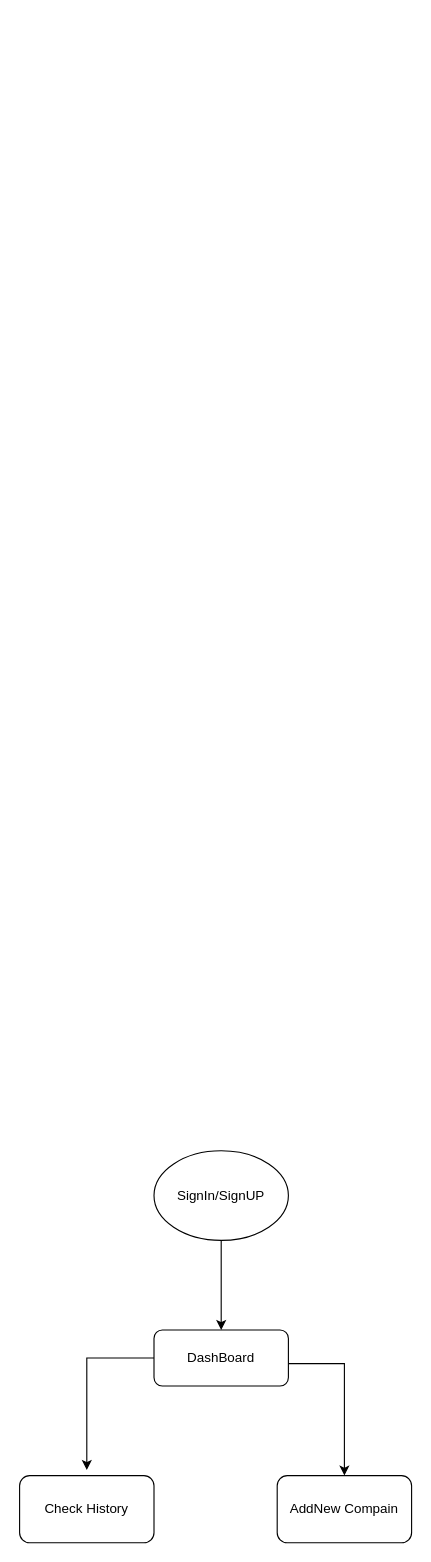
The draw.io diagram EmailValidator.drawio in Prabhakar1437/Backend_Bootcamp, before the edit. Source tidied: cells renumbered, new cells numbered last; positions are measured from the earlier drawing's top-left corner, leaving out a move shared by most shapes. Both pictures are drawn from the tidied source at 112%, with x=0, y=0 at pixel (19, 1150).
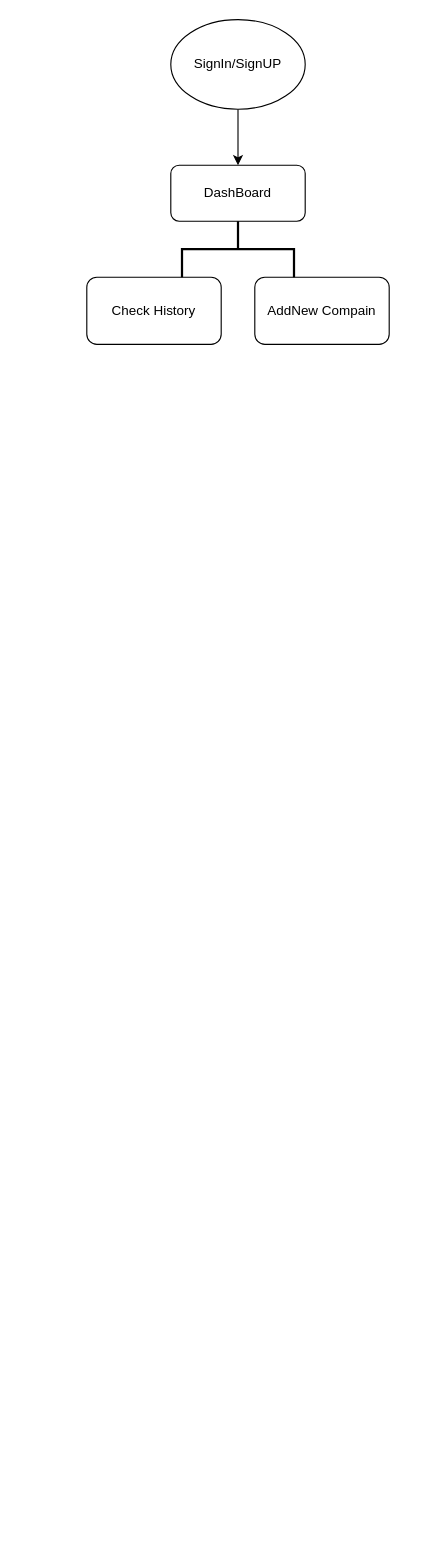
After the change.

Change to the diagram source:
```diff
@@
 <mxGraphModel>
   <root>
     <mxCell id="0" />
     <mxCell id="1" parent="0" />
     <mxCell id="2" style="edgeStyle=orthogonalEdgeStyle;rounded=0;jettySize=auto;html=1;" parent="1" edge="1" source="3" target="5">
       <mxGeometry relative="1" as="geometry" />
     </mxCell>
     <mxCell id="3" value="SignIn/SignUP" style="ellipse;whiteSpace=wrap;html=1;" parent="1" vertex="1">
-      <mxGeometry x="120" width="120" height="80" as="geometry" />
+      <mxGeometry x="135" y="-1010" width="120" height="80" as="geometry" />
     </mxCell>
-    <mxCell id="4" style="edgeStyle=orthogonalEdgeStyle;rounded=0;jettySize=auto;html=1;" parent="1" edge="1" source="5" target="6">
-      <mxGeometry relative="1" as="geometry">
-        <Array as="points">
-          <mxPoint x="170" y="160" />
-          <mxPoint x="170" y="190" />
-          <mxPoint x="290" y="190" />
-        </Array>
-      </mxGeometry>
-    </mxCell>
     <mxCell id="5" value="DashBoard" style="rounded=1;whiteSpace=wrap;html=1;" parent="1" vertex="1">
-      <mxGeometry x="120" y="160" width="120" height="50" as="geometry" />
+      <mxGeometry x="135" y="-880" width="120" height="50" as="geometry" />
     </mxCell>
     <mxCell id="6" value="AddNew Compain" style="whiteSpace=wrap;html=1;rounded=1;" parent="1" vertex="1">
-      <mxGeometry x="230" y="290" width="120" height="60" as="geometry" />
+      <mxGeometry x="210" y="-780" width="120" height="60" as="geometry" />
     </mxCell>
     <mxCell id="7" value="Check History" style="rounded=1;whiteSpace=wrap;html=1;" parent="1" vertex="1">
-      <mxGeometry y="290" width="120" height="60" as="geometry" />
+      <mxGeometry x="60" y="-780" width="120" height="60" as="geometry" />
     </mxCell>
-    <mxCell id="8" style="endArrow=classic;html=1;rounded=0;exitX=0;exitY=0.5;exitDx=0;exitDy=0;" parent="1" edge="1" source="5">
-      <mxGeometry relative="1" as="geometry">
-        <mxPoint x="60" y="285" as="targetPoint" />
-        <Array as="points">
-          <mxPoint x="60" y="185" />
-        </Array>
-      </mxGeometry>
-    </mxCell>
+    <mxCell id="9" style="strokeWidth=2;html=1;shape=mxgraph.flowchart.annotation_2;align=left;labelPosition=right;direction=south;" parent="1" vertex="1">
+      <mxGeometry x="145" y="-830" width="100" height="50" as="geometry" />
+    </mxCell>
   </root>
 </mxGraphModel>
```
